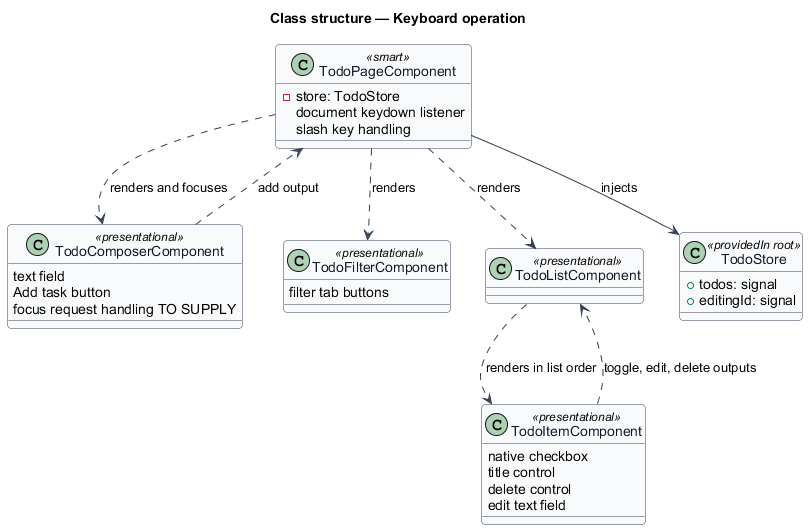
Before: docs/detailed-designs/interface/keyboard-operation/diagrams/class-structure.png, a diagram exported from PlantUML (QuinntyneBrown/php-todo-lab).
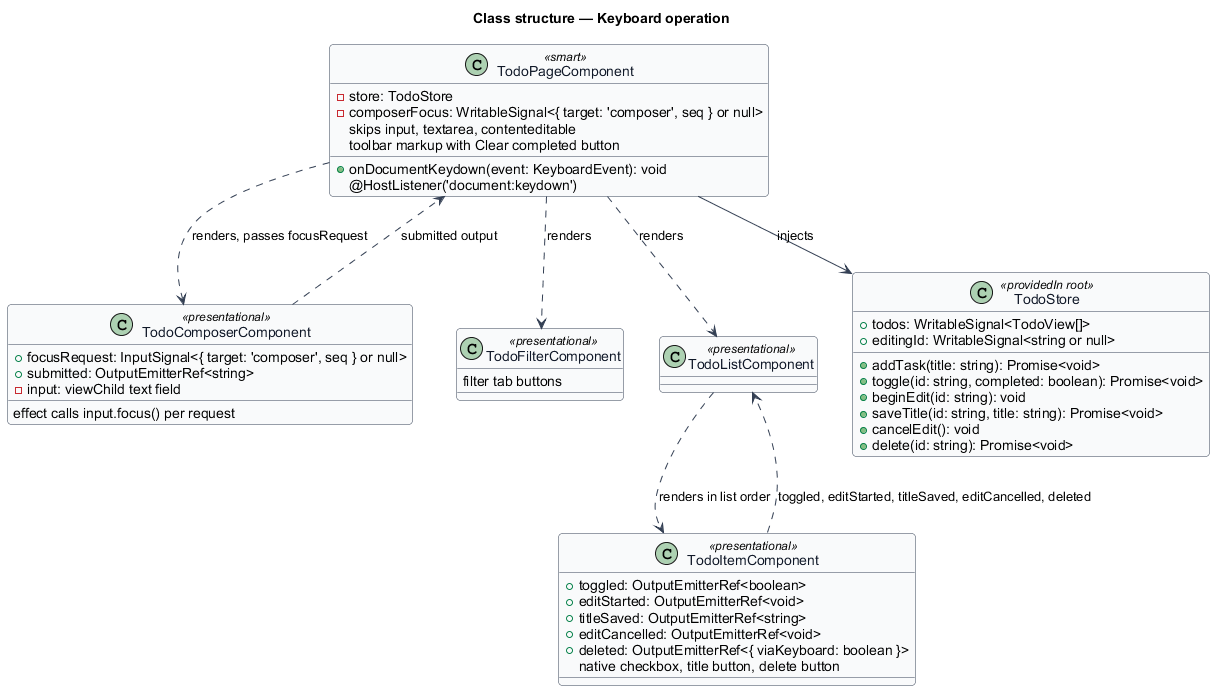
The same file after the commit.

The edit, as a diff of the source:
```diff
@@ -13,14 +13,18 @@
 
 class TodoPageComponent <<smart>> {
   -store: TodoStore
-  document keydown listener
-  slash key handling
+  -composerFocus: WritableSignal<{ target: 'composer', seq } or null>
+  +onDocumentKeydown(event: KeyboardEvent): void
+  @HostListener('document:keydown')
+  skips input, textarea, contenteditable
+  toolbar markup with Clear completed button
 }
 
 class TodoComposerComponent <<presentational>> {
-  text field
-  Add task button
-  focus request handling TO SUPPLY
+  +focusRequest: InputSignal<{ target: 'composer', seq } or null>
+  +submitted: OutputEmitterRef<string>
+  -input: viewChild text field
+  effect calls input.focus() per request
 }
 
 class TodoFilterComponent <<presentational>> {
@@ -30,22 +34,30 @@
 class TodoListComponent <<presentational>>
 
 class TodoItemComponent <<presentational>> {
-  native checkbox
-  title control
-  delete control
-  edit text field
+  +toggled: OutputEmitterRef<boolean>
+  +editStarted: OutputEmitterRef<void>
+  +titleSaved: OutputEmitterRef<string>
+  +editCancelled: OutputEmitterRef<void>
+  +deleted: OutputEmitterRef<{ viaKeyboard: boolean }>
+  native checkbox, title button, delete button
 }
 
 class TodoStore <<providedIn root>> {
-  +todos: signal
-  +editingId: signal
+  +todos: WritableSignal<TodoView[]>
+  +editingId: WritableSignal<string or null>
+  +addTask(title: string): Promise<void>
+  +toggle(id: string, completed: boolean): Promise<void>
+  +beginEdit(id: string): void
+  +saveTitle(id: string, title: string): Promise<void>
+  +cancelEdit(): void
+  +delete(id: string): Promise<void>
 }
 
 TodoPageComponent --> TodoStore : injects
-TodoPageComponent ..> TodoComposerComponent : renders and focuses
+TodoPageComponent ..> TodoComposerComponent : renders, passes focusRequest
 TodoPageComponent ..> TodoFilterComponent : renders
 TodoPageComponent ..> TodoListComponent : renders
 TodoListComponent ..> TodoItemComponent : renders in list order
-TodoComposerComponent ..> TodoPageComponent : add output
-TodoItemComponent ..> TodoListComponent : toggle, edit, delete outputs
+TodoComposerComponent ..> TodoPageComponent : submitted output
+TodoItemComponent ..> TodoListComponent : toggled, editStarted, titleSaved, editCancelled, deleted
 @enduml
```
